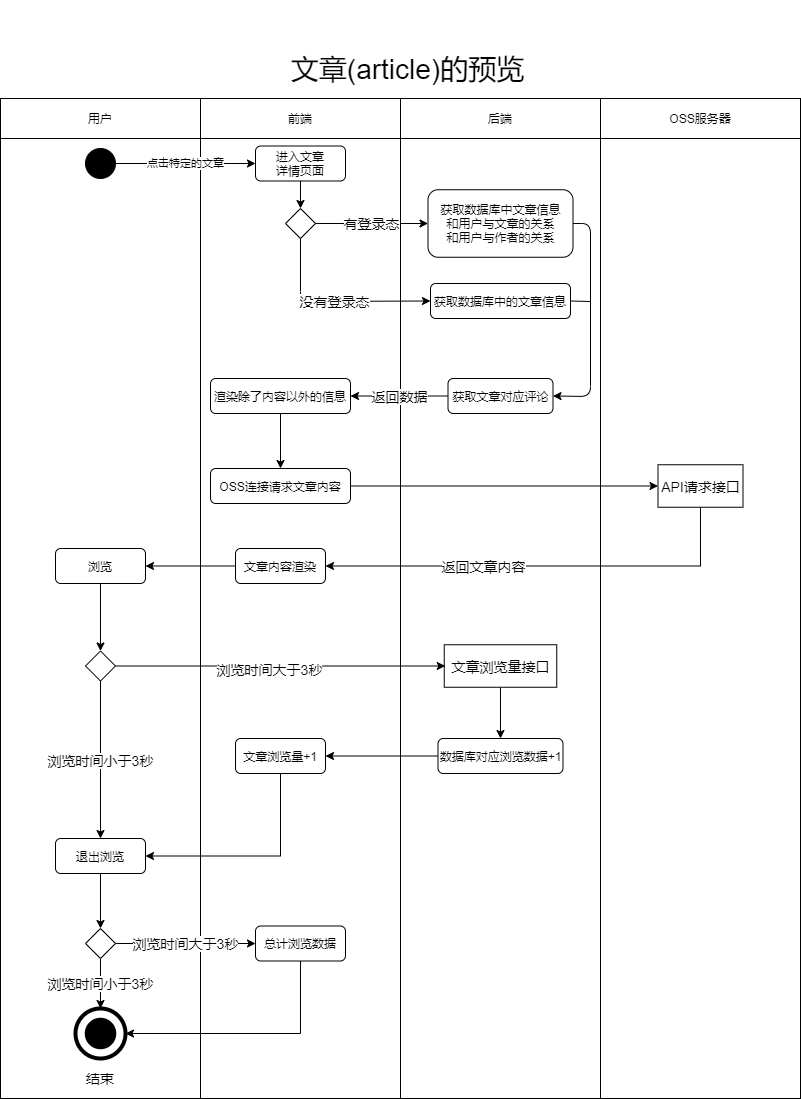
Before: user.bbs-browse-article.active.drawio.png, a diagram exported from draw.io (Jater0/Graduation). Source tidied: cells renumbered, new cells last; positions are measured from the earlier drawing's top-left corner, leaving out a move shared by most shapes.
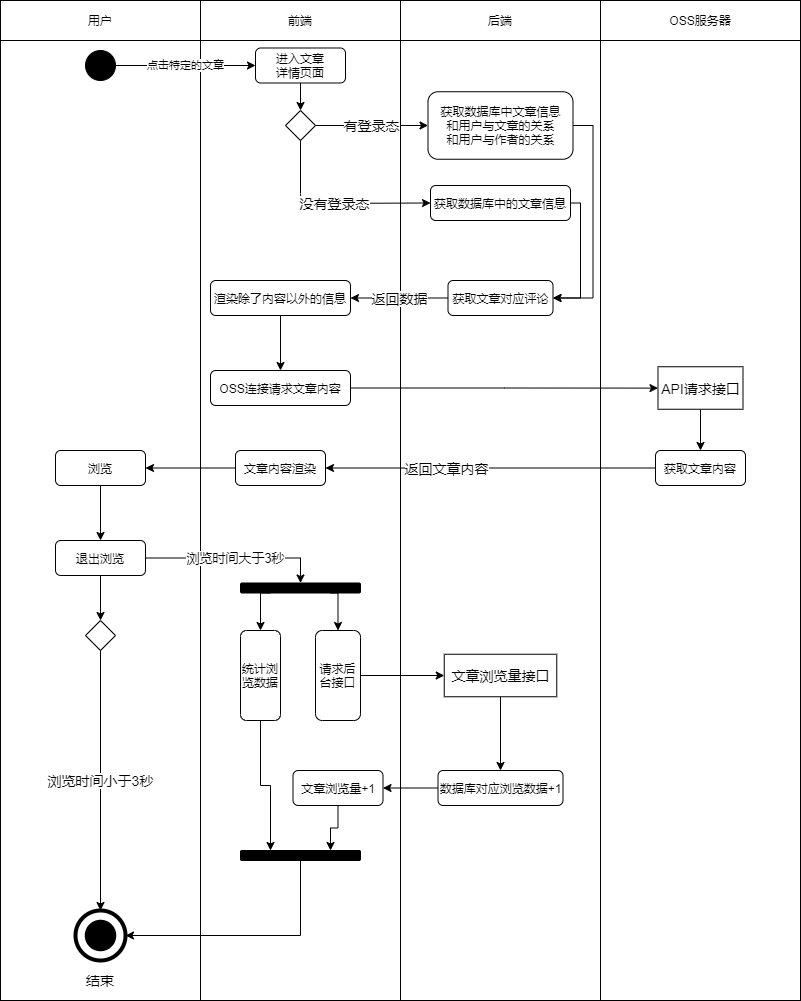
After the commit.

The edit, as a diff of the source:
```diff
@@ -50,12 +50,20 @@
     <mxCell id="17" value="有登录态" style="endArrow=classic;html=1;exitX=1;exitY=0.5;exitDx=0;exitDy=0;entryX=0;entryY=0.5;entryDx=0;entryDy=0;fontSize=14;" parent="1" edge="1" source="16" target="19">
       <mxGeometry relative="1" as="geometry" />
     </mxCell>
-    <mxCell id="18" value="文章(article)的预览" style="text;html=1;strokeColor=none;fillColor=none;align=center;verticalAlign=middle;whiteSpace=wrap;rounded=0;fontSize=28;" parent="1" vertex="1">
-      <mxGeometry x="270" y="0.5" width="275" height="137.5" as="geometry" />
-    </mxCell>
+    <mxCell id="24" style="edgeStyle=orthogonalEdgeStyle;rounded=0;jettySize=auto;html=1;exitX=1;exitY=0.5;exitDx=0;exitDy=0;entryX=1;entryY=0.5;entryDx=0;entryDy=0;fontSize=13;" parent="1" edge="1" source="19" target="23">
+      <mxGeometry relative="1" as="geometry" />
+    </mxCell>
     <mxCell id="19" value="获取数据库中文章信息&lt;br&gt;和用户与文章的关系&lt;br&gt;和用户与作者的关系" style="rounded=1;whiteSpace=wrap;html=1;" parent="1" vertex="1">
       <mxGeometry x="427.5" y="189.2" width="145" height="67.5" as="geometry" />
     </mxCell>
+    <mxCell id="55" style="edgeStyle=orthogonalEdgeStyle;rounded=0;jettySize=auto;html=1;exitX=1;exitY=0.5;exitDx=0;exitDy=0;entryX=1;entryY=0.5;entryDx=0;entryDy=0;fontSize=13;" parent="1" edge="1" source="20" target="23">
+      <mxGeometry relative="1" as="geometry">
+        <Array as="points">
+          <mxPoint x="580" y="301" />
+          <mxPoint x="580" y="396" />
+        </Array>
+      </mxGeometry>
+    </mxCell>
     <mxCell id="20" value="获取数据库中的文章信息" style="rounded=1;whiteSpace=wrap;html=1;" parent="1" vertex="1">
       <mxGeometry x="430" y="283" width="140" height="35" as="geometry" />
     </mxCell>
@@ -72,26 +80,13 @@
     <mxCell id="23" value="获取文章对应评论" style="rounded=1;whiteSpace=wrap;html=1;" parent="1" vertex="1">
       <mxGeometry x="447.5" y="378" width="105" height="35" as="geometry" />
     </mxCell>
-    <mxCell id="24" style="endArrow=classic;html=1;fontSize=15;exitX=1;exitY=0.5;exitDx=0;exitDy=0;entryX=1;entryY=0.5;entryDx=0;entryDy=0;" parent="1" edge="1" source="19" target="23">
-      <mxGeometry relative="1" as="geometry">
-        <Array as="points">
-          <mxPoint x="590" y="223" />
-          <mxPoint x="590" y="396" />
-        </Array>
-      </mxGeometry>
-    </mxCell>
-    <mxCell id="25" style="endArrow=none;html=1;fontSize=15;exitX=1;exitY=0.5;exitDx=0;exitDy=0;" parent="1" edge="1" source="20">
-      <mxGeometry relative="1" as="geometry">
-        <mxPoint x="590" y="301" as="targetPoint" />
-      </mxGeometry>
-    </mxCell>
     <mxCell id="26" value="渲染除了内容以外的信息" style="rounded=1;whiteSpace=wrap;html=1;" parent="1" vertex="1">
       <mxGeometry x="210" y="378" width="140" height="35" as="geometry" />
     </mxCell>
     <mxCell id="27" value="OSS服务器" style="rounded=0;whiteSpace=wrap;html=1;" parent="1" vertex="1">
       <mxGeometry x="600" y="98" width="200" height="40" as="geometry" />
     </mxCell>
-    <mxCell id="28" style="edgeStyle=orthogonalEdgeStyle;rounded=0;jettySize=auto;html=1;exitX=1;exitY=0.5;exitDx=0;exitDy=0;entryX=0;entryY=0.5;entryDx=0;entryDy=0;fontSize=14;" parent="1" edge="1" source="29" target="33">
+    <mxCell id="28" style="edgeStyle=orthogonalEdgeStyle;rounded=0;jettySize=auto;html=1;exitX=1;exitY=0.5;exitDx=0;exitDy=0;fontSize=13;" parent="1" edge="1" source="29" target="33">
       <mxGeometry relative="1" as="geometry" />
     </mxCell>
     <mxCell id="29" value="OSS连接请求文章内容" style="rounded=1;whiteSpace=wrap;html=1;" parent="1" vertex="1">
@@ -100,12 +95,15 @@
     <mxCell id="30" style="endArrow=classic;html=1;fontSize=14;exitX=0.5;exitY=1;exitDx=0;exitDy=0;" parent="1" edge="1" source="26" target="29">
       <mxGeometry relative="1" as="geometry" />
     </mxCell>
-    <mxCell id="31" style="edgeStyle=orthogonalEdgeStyle;rounded=0;jettySize=auto;html=1;exitX=0.5;exitY=1;exitDx=0;exitDy=0;entryX=1;entryY=0.5;entryDx=0;entryDy=0;fontSize=14;" parent="1" edge="1" source="33" target="35">
+    <mxCell id="31" style="edgeStyle=orthogonalEdgeStyle;rounded=0;jettySize=auto;html=1;exitX=0;exitY=0.5;exitDx=0;exitDy=0;entryX=1;entryY=0.5;entryDx=0;entryDy=0;fontSize=14;" parent="1" edge="1" source="67" target="35">
       <mxGeometry relative="1" as="geometry" />
     </mxCell>
     <mxCell id="32" value="返回文章内容" style="edgeLabel;html=1;align=center;verticalAlign=middle;fontSize=14;" parent="31" vertex="1">
       <mxGeometry x="0.27" relative="1" as="geometry" />
     </mxCell>
+    <mxCell id="56" style="edgeStyle=orthogonalEdgeStyle;rounded=0;jettySize=auto;html=1;exitX=0.5;exitY=1;exitDx=0;exitDy=0;entryX=0.5;entryY=0;entryDx=0;entryDy=0;fontSize=13;" parent="1" edge="1" source="33" target="67">
+      <mxGeometry relative="1" as="geometry" />
+    </mxCell>
     <mxCell id="33" value="API请求接口" style="rounded=0;whiteSpace=wrap;html=1;fontSize=14;" parent="1" vertex="1">
       <mxGeometry x="657.5" y="464.2" width="85" height="42.5" as="geometry" />
     </mxCell>
@@ -119,63 +117,70 @@
       <mxGeometry relative="1" as="geometry" />
     </mxCell>
     <mxCell id="37" value="文章浏览量接口" style="rounded=0;whiteSpace=wrap;html=1;fontSize=14;" parent="1" vertex="1">
-      <mxGeometry x="443.8" y="644.2" width="112.5" height="42.5" as="geometry" />
+      <mxGeometry x="443.8" y="751.8" width="112.5" height="42.5" as="geometry" />
     </mxCell>
-    <mxCell id="38" style="edgeStyle=orthogonalEdgeStyle;rounded=0;jettySize=auto;html=1;exitX=0;exitY=0.5;exitDx=0;exitDy=0;entryX=1;entryY=0.5;entryDx=0;entryDy=0;fontSize=14;" parent="1" edge="1" source="39" target="47">
+    <mxCell id="38" style="edgeStyle=orthogonalEdgeStyle;rounded=0;jettySize=auto;html=1;exitX=0;exitY=0.5;exitDx=0;exitDy=0;entryX=1;entryY=0.5;entryDx=0;entryDy=0;" parent="1" edge="1" source="39" target="47">
       <mxGeometry relative="1" as="geometry" />
     </mxCell>
     <mxCell id="39" value="数据库对应浏览数据+1" style="rounded=1;whiteSpace=wrap;html=1;" parent="1" vertex="1">
-      <mxGeometry x="437.5" y="738" width="125" height="35" as="geometry" />
+      <mxGeometry x="437.5" y="868" width="125" height="35" as="geometry" />
     </mxCell>
-    <mxCell id="40" style="edgeStyle=orthogonalEdgeStyle;rounded=0;jettySize=auto;html=1;exitX=0.5;exitY=1;exitDx=0;exitDy=0;entryX=0.5;entryY=0;entryDx=0;entryDy=0;fontSize=14;" parent="1" edge="1" source="41" target="45">
-      <mxGeometry relative="1" as="geometry" />
-    </mxCell>
+    <mxCell id="57" style="edgeStyle=orthogonalEdgeStyle;rounded=0;jettySize=auto;html=1;exitX=0.5;exitY=1;exitDx=0;exitDy=0;" parent="1" edge="1" source="41" target="49">
+      <mxGeometry relative="1" as="geometry" />
+    </mxCell>
     <mxCell id="41" value="浏览" style="rounded=1;whiteSpace=wrap;html=1;" parent="1" vertex="1">
       <mxGeometry x="55" y="548" width="90" height="35" as="geometry" />
     </mxCell>
-    <mxCell id="42" style="edgeStyle=orthogonalEdgeStyle;rounded=0;orthogonalLoop=1;jettySize=auto;html=1;exitX=1;exitY=0.5;exitDx=0;exitDy=0;entryX=0;entryY=0.5;entryDx=0;entryDy=0;fontSize=14;" parent="1" edge="1">
-      <mxGeometry relative="1" as="geometry">
-        <mxPoint x="116" y="665.5" as="sourcePoint" />
-        <mxPoint x="444.8" y="665.5" as="targetPoint" />
-      </mxGeometry>
-    </mxCell>
-    <mxCell id="43" value="浏览时间大于3秒" style="edgeLabel;html=1;align=center;verticalAlign=middle;fontSize=14;" parent="42" vertex="1">
-      <mxGeometry x="-0.09" y="-3" relative="1" as="geometry">
-        <mxPoint x="2" as="offset" />
-      </mxGeometry>
-    </mxCell>
+    <mxCell id="45" style="rhombus;whiteSpace=wrap;html=1;" parent="1" vertex="1">
+      <mxGeometry x="85" y="718" width="30" height="30" as="geometry" />
+    </mxCell>
+    <mxCell id="58" style="edgeStyle=orthogonalEdgeStyle;rounded=0;jettySize=auto;html=1;exitX=0.5;exitY=1;exitDx=0;exitDy=0;entryX=0.75;entryY=0;entryDx=0;entryDy=0;fontSize=13;" parent="1" edge="1" source="47" target="69">
+      <mxGeometry relative="1" as="geometry" />
+    </mxCell>
+    <mxCell id="47" value="文章浏览量+1" style="rounded=1;whiteSpace=wrap;html=1;" parent="1" vertex="1">
+      <mxGeometry x="292.5" y="868" width="90" height="35" as="geometry" />
+    </mxCell>
+    <mxCell id="59" style="edgeStyle=orthogonalEdgeStyle;rounded=0;jettySize=auto;html=1;exitX=0.5;exitY=1;exitDx=0;exitDy=0;" parent="1" edge="1" source="49" target="45">
+      <mxGeometry relative="1" as="geometry" />
+    </mxCell>
+    <mxCell id="60" value="浏览时间大于3秒" style="edgeStyle=orthogonalEdgeStyle;rounded=0;jettySize=auto;html=1;exitX=1;exitY=0.5;exitDx=0;exitDy=0;entryX=0.5;entryY=0;entryDx=0;entryDy=0;fontSize=13;" parent="1" edge="1" source="49" target="66">
+      <mxGeometry relative="1" as="geometry" />
+    </mxCell>
+    <mxCell id="49" value="退出浏览" style="rounded=1;whiteSpace=wrap;html=1;" parent="1" vertex="1">
+      <mxGeometry x="55" y="638" width="90" height="35" as="geometry" />
+    </mxCell>
+    <mxCell id="61" style="edgeStyle=orthogonalEdgeStyle;rounded=0;jettySize=auto;html=1;exitX=1;exitY=0.5;exitDx=0;exitDy=0;entryX=0.25;entryY=0;entryDx=0;entryDy=0;fontSize=13;" parent="1" edge="1" source="54" target="69">
+      <mxGeometry relative="1" as="geometry" />
+    </mxCell>
+    <mxCell id="54" value="统计浏览数据" style="rounded=1;whiteSpace=wrap;html=1;direction=south;" parent="1" vertex="1">
+      <mxGeometry x="240" y="728" width="40" height="90" as="geometry" />
+    </mxCell>
-    <mxCell id="44" value="浏览时间小于3秒" style="edgeStyle=orthogonalEdgeStyle;rounded=0;jettySize=auto;html=1;exitX=0.5;exitY=1;exitDx=0;exitDy=0;fontSize=14;entryX=0.5;entryY=0;entryDx=0;entryDy=0;" parent="1" edge="1" source="45" target="49">
+    <mxCell id="44" value="浏览时间小于3秒" style="edgeStyle=orthogonalEdgeStyle;rounded=0;jettySize=auto;html=1;exitX=0.5;exitY=1;exitDx=0;exitDy=0;fontSize=14;entryX=0.5;entryY=0;entryDx=0;entryDy=0;" parent="1" edge="1" source="45" target="13">
       <mxGeometry relative="1" as="geometry" />
     </mxCell>
-    <mxCell id="45" style="rhombus;whiteSpace=wrap;html=1;" parent="1" vertex="1">
-      <mxGeometry x="85" y="650.5" width="30" height="30" as="geometry" />
-    </mxCell>
-    <mxCell id="46" style="edgeStyle=orthogonalEdgeStyle;rounded=0;jettySize=auto;html=1;exitX=0.5;exitY=1;exitDx=0;exitDy=0;entryX=1;entryY=0.5;entryDx=0;entryDy=0;fontSize=14;" parent="1" edge="1" source="47" target="49">
-      <mxGeometry relative="1" as="geometry" />
-    </mxCell>
-    <mxCell id="47" value="文章浏览量+1" style="rounded=1;whiteSpace=wrap;html=1;" parent="1" vertex="1">
-      <mxGeometry x="235" y="738" width="90" height="35" as="geometry" />
-    </mxCell>
-    <mxCell id="48" style="edgeStyle=orthogonalEdgeStyle;rounded=0;jettySize=auto;html=1;exitX=0.5;exitY=1;exitDx=0;exitDy=0;entryX=0.5;entryY=0;entryDx=0;entryDy=0;fontSize=14;" parent="1" edge="1" source="49" target="52">
-      <mxGeometry relative="1" as="geometry" />
-    </mxCell>
-    <mxCell id="49" value="退出浏览" style="rounded=1;whiteSpace=wrap;html=1;" parent="1" vertex="1">
-      <mxGeometry x="55" y="838" width="90" height="35" as="geometry" />
-    </mxCell>
-    <mxCell id="50" value="浏览时间大于3秒" style="edgeStyle=orthogonalEdgeStyle;rounded=0;jettySize=auto;html=1;exitX=1;exitY=0.5;exitDx=0;exitDy=0;entryX=0;entryY=0.5;entryDx=0;entryDy=0;fontSize=14;" parent="1" edge="1" source="52" target="54">
-      <mxGeometry relative="1" as="geometry" />
-    </mxCell>
-    <mxCell id="51" value="浏览时间小于3秒" style="edgeStyle=orthogonalEdgeStyle;rounded=0;jettySize=auto;html=1;exitX=0.5;exitY=1;exitDx=0;exitDy=0;entryX=0.5;entryY=0;entryDx=0;entryDy=0;fontSize=14;" parent="1" edge="1" source="52" target="13">
-      <mxGeometry relative="1" as="geometry" />
-    </mxCell>
-    <mxCell id="52" style="rhombus;whiteSpace=wrap;html=1;" parent="1" vertex="1">
-      <mxGeometry x="85" y="928" width="30" height="30" as="geometry" />
-    </mxCell>
-    <mxCell id="53" style="edgeStyle=orthogonalEdgeStyle;rounded=0;jettySize=auto;html=1;exitX=0.5;exitY=1;exitDx=0;exitDy=0;entryX=1;entryY=0.5;entryDx=0;entryDy=0;fontSize=14;" parent="1" edge="1" source="54" target="13">
-      <mxGeometry relative="1" as="geometry" />
-    </mxCell>
-    <mxCell id="54" value="总计浏览数据" style="rounded=1;whiteSpace=wrap;html=1;" parent="1" vertex="1">
-      <mxGeometry x="255" y="925.5" width="90" height="35" as="geometry" />
-    </mxCell>
+    <mxCell id="62" style="edgeStyle=orthogonalEdgeStyle;rounded=0;jettySize=auto;html=1;exitX=0.5;exitY=0;exitDx=0;exitDy=0;entryX=0;entryY=0.5;entryDx=0;entryDy=0;" parent="1" edge="1" source="63" target="37">
+      <mxGeometry relative="1" as="geometry" />
+    </mxCell>
+    <mxCell id="63" value="请求后台接口" style="rounded=1;whiteSpace=wrap;html=1;direction=south;" parent="1" vertex="1">
+      <mxGeometry x="315" y="728" width="45" height="90" as="geometry" />
+    </mxCell>
+    <mxCell id="64" style="edgeStyle=orthogonalEdgeStyle;rounded=0;jettySize=auto;html=1;exitX=0.75;exitY=1;exitDx=0;exitDy=0;entryX=0;entryY=0.5;entryDx=0;entryDy=0;" parent="1" edge="1" source="66" target="63">
+      <mxGeometry relative="1" as="geometry" />
+    </mxCell>
+    <mxCell id="65" style="edgeStyle=orthogonalEdgeStyle;rounded=0;jettySize=auto;html=1;exitX=0.25;exitY=1;exitDx=0;exitDy=0;entryX=0;entryY=0.5;entryDx=0;entryDy=0;" parent="1" edge="1" source="66" target="54">
+      <mxGeometry relative="1" as="geometry" />
+    </mxCell>
+    <mxCell id="66" style="rounded=1;whiteSpace=wrap;html=1;fillColor=#000000;" parent="1" vertex="1">
+      <mxGeometry x="240" y="680.5" width="120" height="10" as="geometry" />
+    </mxCell>
+    <mxCell id="67" value="获取文章内容" style="rounded=1;whiteSpace=wrap;html=1;" parent="1" vertex="1">
+      <mxGeometry x="655" y="548" width="90" height="35" as="geometry" />
+    </mxCell>
+    <mxCell id="68" style="edgeStyle=orthogonalEdgeStyle;rounded=0;jettySize=auto;html=1;exitX=0.5;exitY=1;exitDx=0;exitDy=0;entryX=1;entryY=0.5;entryDx=0;entryDy=0;fontSize=13;" parent="1" edge="1" source="69" target="13">
+      <mxGeometry relative="1" as="geometry" />
+    </mxCell>
+    <mxCell id="69" style="rounded=1;whiteSpace=wrap;html=1;fillColor=#000000;" parent="1" vertex="1">
+      <mxGeometry x="240" y="948" width="120" height="10" as="geometry" />
+    </mxCell>
   </root>
 </mxGraphModel>
```
